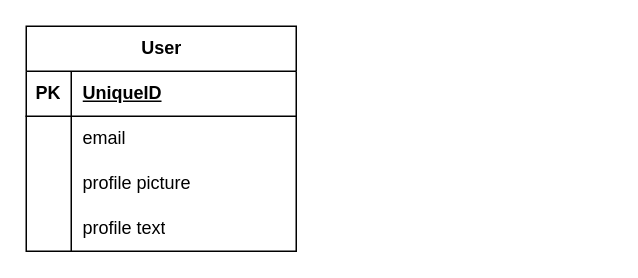
Before: user-ER.drawio in kentaroh7777/soshoku-kakin2, a draw.io diagram. Source tidied: cells renumbered, new cells numbered last; positions are measured from the earlier drawing's top-left corner, leaving out a move shared by most shapes. Both pictures are drawn from the tidied source at 150%, with x=0, y=0 at pixel (26, 26).
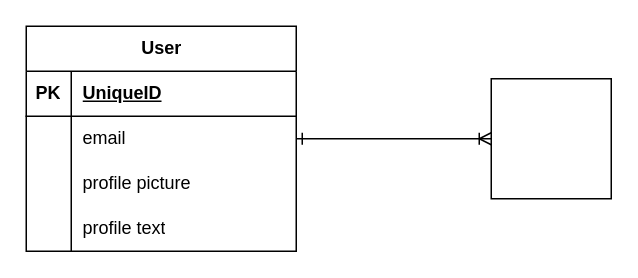
The same diagram, later.

Diff of the diagram source:
```diff
@@
 <mxGraphModel>
   <root>
     <mxCell id="0" />
     <mxCell id="1" parent="0" />
     <mxCell id="2" value="User" style="shape=table;startSize=30;childLayout=tableLayout;rowLines=0;fontStyle=1;align=center;html=1;" parent="1" vertex="1">
       <mxGeometry width="180" height="150" as="geometry" />
     </mxCell>
     <mxCell id="3" style="shape=tableRow;horizontal=0;startSize=0;swimlaneHead=0;swimlaneBody=0;fillColor=none;top=0;left=0;right=0;bottom=1;" parent="2" vertex="1">
       <mxGeometry y="30" width="180" height="30" as="geometry" />
     </mxCell>
     <mxCell id="4" value="PK" style="shape=partialRectangle;fillColor=none;top=0;left=0;bottom=0;right=0;fontStyle=1;overflow=hidden;whiteSpace=wrap;html=1;" parent="3" vertex="1">
       <mxGeometry width="30" height="30" as="geometry" />
     </mxCell>
     <mxCell id="5" value="UniqueID" style="shape=partialRectangle;fillColor=none;top=0;left=0;bottom=0;right=0;align=left;spacingLeft=6;fontStyle=5;overflow=hidden;whiteSpace=wrap;html=1;" parent="3" vertex="1">
       <mxGeometry x="30" width="150" height="30" as="geometry" />
     </mxCell>
     <mxCell id="6" style="shape=tableRow;horizontal=0;startSize=0;swimlaneHead=0;swimlaneBody=0;fillColor=none;points=[[0,0.5],[1,0.5]];portConstraint=eastwest;top=0;left=0;right=0;bottom=0;" parent="2" vertex="1">
       <mxGeometry y="60" width="180" height="30" as="geometry" />
     </mxCell>
     <mxCell id="7" style="shape=partialRectangle;fillColor=none;top=0;left=0;bottom=0;right=0;overflow=hidden;whiteSpace=wrap;html=1;" parent="6" vertex="1">
       <mxGeometry width="30" height="30" as="geometry" />
     </mxCell>
     <mxCell id="8" value="email" style="shape=partialRectangle;fillColor=none;top=0;left=0;bottom=0;right=0;align=left;spacingLeft=6;overflow=hidden;whiteSpace=wrap;html=1;" parent="6" vertex="1">
       <mxGeometry x="30" width="150" height="30" as="geometry" />
     </mxCell>
     <mxCell id="9" style="shape=tableRow;horizontal=0;startSize=0;swimlaneHead=0;swimlaneBody=0;fillColor=none;top=0;left=0;right=0;bottom=0;" parent="2" vertex="1">
       <mxGeometry y="90" width="180" height="30" as="geometry" />
     </mxCell>
     <mxCell id="10" style="shape=partialRectangle;fillColor=none;top=0;left=0;bottom=0;right=0;overflow=hidden;whiteSpace=wrap;html=1;" parent="9" vertex="1">
       <mxGeometry width="30" height="30" as="geometry" />
     </mxCell>
     <mxCell id="11" value="profile picture" style="shape=partialRectangle;fillColor=none;top=0;left=0;bottom=0;right=0;align=left;spacingLeft=6;overflow=hidden;whiteSpace=wrap;html=1;" parent="9" vertex="1">
       <mxGeometry x="30" width="150" height="30" as="geometry" />
     </mxCell>
     <mxCell id="12" style="shape=tableRow;horizontal=0;startSize=0;swimlaneHead=0;swimlaneBody=0;fillColor=none;top=0;left=0;right=0;bottom=0;" parent="2" vertex="1">
       <mxGeometry y="120" width="180" height="30" as="geometry" />
     </mxCell>
     <mxCell id="13" style="shape=partialRectangle;fillColor=none;top=0;left=0;bottom=0;right=0;overflow=hidden;whiteSpace=wrap;html=1;" parent="12" vertex="1">
       <mxGeometry width="30" height="30" as="geometry" />
     </mxCell>
     <mxCell id="14" value="profile text" style="shape=partialRectangle;fillColor=none;top=0;left=0;bottom=0;right=0;align=left;spacingLeft=6;overflow=hidden;whiteSpace=wrap;html=1;" parent="12" vertex="1">
       <mxGeometry x="30" width="150" height="30" as="geometry" />
     </mxCell>
+    <mxCell id="15" style="whiteSpace=wrap;html=1;" parent="1" vertex="1">
+      <mxGeometry x="310" y="35" width="80" height="80" as="geometry" />
+    </mxCell>
+    <mxCell id="16" style="edgeStyle=none;html=1;exitX=1;exitY=0.5;exitDx=0;exitDy=0;entryX=0;entryY=0.5;entryDx=0;entryDy=0;endArrow=ERoneToMany;endFill=0;startArrow=ERone;startFill=0;" parent="1" edge="1" source="6" target="15">
+      <mxGeometry relative="1" as="geometry" />
+    </mxCell>
   </root>
 </mxGraphModel>
```
